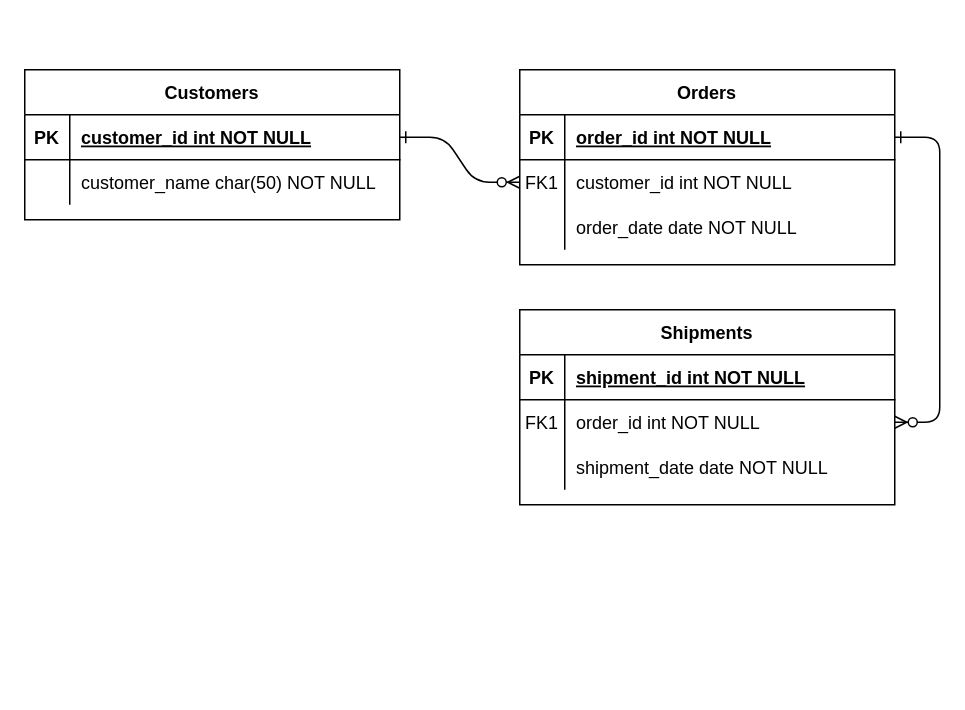
This is Untitled Diagram.drawio from mauricio-maldonado-by/EntregaActividadDeBaseDeDatos, a draw.io file, before an edit. Source tidied: cells renumbered, new cells numbered last; positions are measured from the earlier drawing's top-left corner, leaving out a move shared by most shapes. Both pictures are drawn from the tidied source at 150%, with x=0, y=0 at pixel (24, 69).
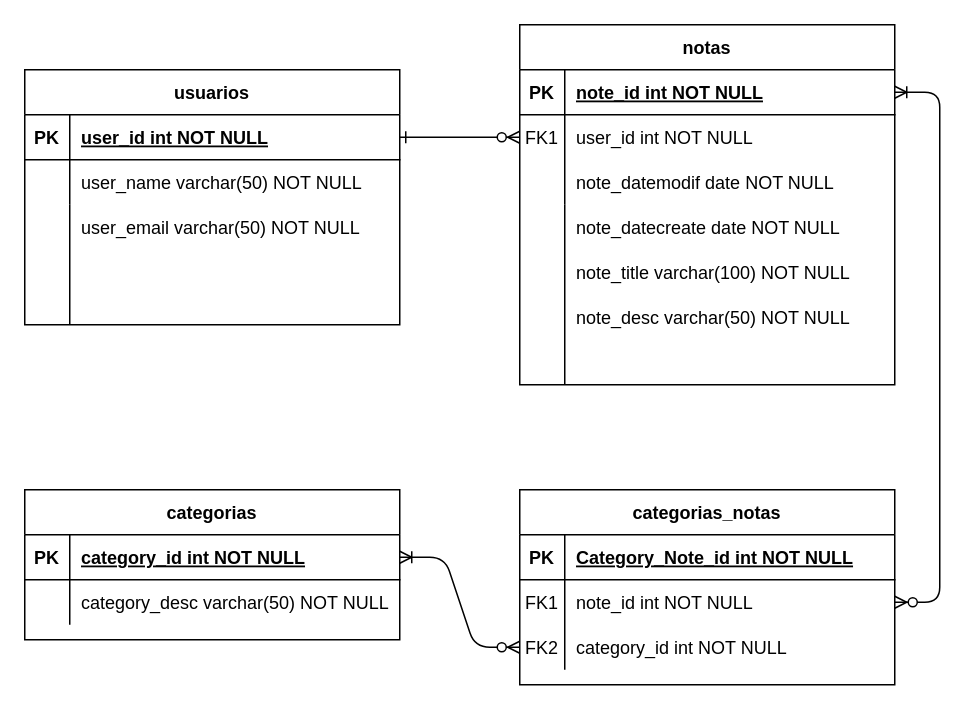
The same diagram, later.

Unchanged cells that the change refers to:
```xml
<mxCell id="5" style="shape=partialRectangle;fillColor=none;points=[[0,0.5],[1,0.5]];portConstraint=eastwest;top=0;left=0;right=0;bottom=1;" parent="4" vertex="1">
  <mxGeometry y="30" width="250" height="30" as="geometry" />
</mxCell>
<mxCell id="8" style="shape=partialRectangle;fillColor=none;points=[[0,0.5],[1,0.5]];portConstraint=eastwest;top=0;left=0;right=0;bottom=0;" parent="4" vertex="1">
  <mxGeometry y="60" width="250" height="30" as="geometry" />
</mxCell>
<mxCell id="11" style="shape=partialRectangle;fillColor=none;top=0;left=0;right=0;bottom=0;" parent="4" vertex="1">
  <mxGeometry y="90" width="250" height="30" as="geometry" />
</mxCell>
<mxCell id="15" style="shape=partialRectangle;fillColor=none;top=0;left=0;right=0;bottom=1;" parent="14" vertex="1">
  <mxGeometry y="30" width="250" height="30" as="geometry" />
</mxCell>
<mxCell id="18" style="shape=partialRectangle;fillColor=none;points=[[0,0.5],[1,0.5]];portConstraint=eastwest;top=0;left=0;right=0;bottom=0;" parent="14" vertex="1">
  <mxGeometry y="60" width="250" height="30" as="geometry" />
</mxCell>
<mxCell id="21" style="shape=partialRectangle;fillColor=none;points=[[0,0.5],[1,0.5]];portConstraint=eastwest;top=0;left=0;right=0;bottom=0;" parent="14" vertex="1">
  <mxGeometry y="90" width="250" height="30" as="geometry" />
</mxCell>
<mxCell id="25" style="shape=partialRectangle;fillColor=none;points=[[0,0.5],[1,0.5]];portConstraint=eastwest;top=0;left=0;right=0;bottom=1;" parent="24" vertex="1">
  <mxGeometry y="30" width="250" height="30" as="geometry" />
</mxCell>
<mxCell id="28" style="shape=partialRectangle;fillColor=none;top=0;left=0;right=0;bottom=0;" parent="24" vertex="1">
  <mxGeometry y="60" width="250" height="30" as="geometry" />
</mxCell>
```

What changed in the source:
```diff
@@
-    <mxCell id="3" style="edgeStyle=entityRelationEdgeStyle;endArrow=ERzeroToMany;startArrow=ERone;endFill=1;startFill=0;" parent="1" edge="1" source="5" target="18">
+    <mxCell id="3" style="edgeStyle=entityRelationEdgeStyle;endArrow=ERzeroToMany;startArrow=ERoneToMany;endFill=1;startFill=0;" parent="1" edge="1" source="5" target="18">
       <mxGeometry relative="1" as="geometry" />
     </mxCell>
-    <mxCell id="4" value="Orders" style="shape=table;startSize=30;childLayout=tableLayout;rowLines=0;fontStyle=1;align=center;" parent="1" vertex="1">
-      <mxGeometry x="330" width="250" height="130" as="geometry" />
+    <mxCell id="4" value="notas" style="shape=table;startSize=30;childLayout=tableLayout;rowLines=0;fontStyle=1;align=center;" parent="1" vertex="1">
+      <mxGeometry x="330" y="-30" width="250" height="240" as="geometry" />
     </mxCell>
@@
-    <mxCell id="7" value="order_id int NOT NULL " style="shape=partialRectangle;overflow=hidden;fillColor=none;top=0;left=0;bottom=0;right=0;align=left;spacingLeft=6;fontStyle=5;" parent="5" vertex="1">
+    <mxCell id="7" value="note_id int NOT NULL " style="shape=partialRectangle;overflow=hidden;fillColor=none;top=0;left=0;bottom=0;right=0;align=left;spacingLeft=6;fontStyle=5;" parent="5" vertex="1">
       <mxGeometry x="30" width="220" height="30" as="geometry" />
     </mxCell>
@@
-    <mxCell id="10" value="customer_id int NOT NULL" style="shape=partialRectangle;overflow=hidden;fillColor=none;top=0;left=0;bottom=0;right=0;align=left;spacingLeft=6;" parent="8" vertex="1">
+    <mxCell id="10" value="user_id int NOT NULL" style="shape=partialRectangle;overflow=hidden;fillColor=none;top=0;left=0;bottom=0;right=0;align=left;spacingLeft=6;" parent="8" vertex="1">
       <mxGeometry x="30" width="220" height="30" as="geometry" />
     </mxCell>
@@
-    <mxCell id="13" value="order_date date NOT NULL" style="shape=partialRectangle;overflow=hidden;fillColor=none;top=0;left=0;bottom=0;right=0;align=left;spacingLeft=6;" parent="11" vertex="1">
+    <mxCell id="13" value="note_datemodif date NOT NULL" style="shape=partialRectangle;overflow=hidden;fillColor=none;top=0;left=0;bottom=0;right=0;align=left;spacingLeft=6;" parent="11" vertex="1">
       <mxGeometry x="30" width="220" height="30" as="geometry" />
     </mxCell>
-    <mxCell id="14" value="Shipments" style="shape=table;startSize=30;childLayout=tableLayout;rowLines=0;fontStyle=1;align=center;" parent="1" vertex="1">
-      <mxGeometry x="330" y="160" width="250" height="130" as="geometry" />
+    <mxCell id="14" value="categorias_notas" style="shape=table;startSize=30;childLayout=tableLayout;rowLines=0;fontStyle=1;align=center;" parent="1" vertex="1">
+      <mxGeometry x="330" y="280" width="250" height="130" as="geometry" />
     </mxCell>
@@
-    <mxCell id="17" value="shipment_id int NOT NULL " style="shape=partialRectangle;overflow=hidden;fillColor=none;top=0;left=0;bottom=0;right=0;align=left;spacingLeft=6;fontStyle=5;" parent="15" vertex="1">
+    <mxCell id="17" value="Category_Note_id int NOT NULL " style="shape=partialRectangle;overflow=hidden;fillColor=none;top=0;left=0;bottom=0;right=0;align=left;spacingLeft=6;fontStyle=5;" parent="15" vertex="1">
       <mxGeometry x="30" width="220" height="30" as="geometry" />
     </mxCell>
@@
-    <mxCell id="20" value="order_id int NOT NULL" style="shape=partialRectangle;overflow=hidden;fillColor=none;top=0;left=0;bottom=0;right=0;align=left;spacingLeft=6;" parent="18" vertex="1">
+    <mxCell id="20" value="note_id int NOT NULL" style="shape=partialRectangle;overflow=hidden;fillColor=none;top=0;left=0;bottom=0;right=0;align=left;spacingLeft=6;" parent="18" vertex="1">
       <mxGeometry x="30" width="220" height="30" as="geometry" />
     </mxCell>
@@
-    <mxCell id="23" value="shipment_date date NOT NULL" style="shape=partialRectangle;overflow=hidden;fillColor=none;top=0;left=0;bottom=0;right=0;align=left;spacingLeft=6;" parent="21" vertex="1">
+    <mxCell id="23" value="category_id int NOT NULL" style="shape=partialRectangle;overflow=hidden;fillColor=none;top=0;left=0;bottom=0;right=0;align=left;spacingLeft=6;" parent="21" vertex="1">
       <mxGeometry x="30" width="220" height="30" as="geometry" />
     </mxCell>
-    <mxCell id="24" value="Customers" style="shape=table;startSize=30;childLayout=tableLayout;rowLines=0;fontStyle=1;align=center;" parent="1" vertex="1">
-      <mxGeometry width="250" height="100" as="geometry" />
+    <mxCell id="24" value="usuarios" style="shape=table;startSize=30;childLayout=tableLayout;rowLines=0;fontStyle=1;align=center;" parent="1" vertex="1">
+      <mxGeometry width="250" height="170" as="geometry" />
     </mxCell>
@@
-    <mxCell id="27" value="customer_id int NOT NULL " style="shape=partialRectangle;overflow=hidden;fillColor=none;top=0;left=0;bottom=0;right=0;align=left;spacingLeft=6;fontStyle=5;" parent="25" vertex="1">
+    <mxCell id="27" value="user_id int NOT NULL " style="shape=partialRectangle;overflow=hidden;fillColor=none;top=0;left=0;bottom=0;right=0;align=left;spacingLeft=6;fontStyle=5;" parent="25" vertex="1">
       <mxGeometry x="30" width="220" height="30" as="geometry" />
     </mxCell>
@@
-    <mxCell id="30" value="customer_name char(50) NOT NULL" style="shape=partialRectangle;overflow=hidden;fillColor=none;top=0;left=0;bottom=0;right=0;align=left;spacingLeft=6;" parent="28" vertex="1">
+    <mxCell id="30" value="user_name varchar(50) NOT NULL" style="shape=partialRectangle;overflow=hidden;fillColor=none;top=0;left=0;bottom=0;right=0;align=left;spacingLeft=6;" parent="28" vertex="1">
       <mxGeometry x="30" width="220" height="30" as="geometry" />
     </mxCell>
+    <mxCell id="31" style="shape=partialRectangle;fillColor=none;top=0;left=0;right=0;bottom=0;" parent="1" vertex="1">
+      <mxGeometry y="90" width="250" height="30" as="geometry" />
+    </mxCell>
+    <mxCell id="32" style="shape=partialRectangle;overflow=hidden;fillColor=none;top=0;left=0;bottom=0;right=0;" parent="31" vertex="1">
+      <mxGeometry width="30" height="30" as="geometry" />
+    </mxCell>
+    <mxCell id="33" value="user_email varchar(50) NOT NULL" style="shape=partialRectangle;overflow=hidden;fillColor=none;top=0;left=0;bottom=0;right=0;align=left;spacingLeft=6;" parent="31" vertex="1">
+      <mxGeometry x="30" width="220" height="30" as="geometry" />
+    </mxCell>
+    <mxCell id="34" style="endArrow=none;html=1;rounded=0;" parent="1" edge="1">
+      <mxGeometry relative="1" as="geometry">
+        <mxPoint x="30" y="170" as="sourcePoint" />
+        <mxPoint x="30" y="90" as="targetPoint" />
+      </mxGeometry>
+    </mxCell>
+    <mxCell id="35" style="shape=partialRectangle;fillColor=none;top=0;left=0;right=0;bottom=0;" parent="1" vertex="1">
+      <mxGeometry x="330" y="90" width="250" height="30" as="geometry" />
+    </mxCell>
+    <mxCell id="36" style="shape=partialRectangle;overflow=hidden;fillColor=none;top=0;left=0;bottom=0;right=0;" parent="35" vertex="1">
+      <mxGeometry width="30" height="30" as="geometry" />
+    </mxCell>
+    <mxCell id="37" value="note_datecreate date NOT NULL" style="shape=partialRectangle;overflow=hidden;fillColor=none;top=0;left=0;bottom=0;right=0;align=left;spacingLeft=6;" parent="35" vertex="1">
+      <mxGeometry x="30" width="220" height="30" as="geometry" />
+    </mxCell>
+    <mxCell id="38" style="shape=partialRectangle;fillColor=none;top=0;left=0;right=0;bottom=0;" parent="1" vertex="1">
+      <mxGeometry x="330" y="120" width="250" height="30" as="geometry" />
+    </mxCell>
+    <mxCell id="39" style="shape=partialRectangle;overflow=hidden;fillColor=none;top=0;left=0;bottom=0;right=0;" parent="38" vertex="1">
+      <mxGeometry width="30" height="30" as="geometry" />
+    </mxCell>
+    <mxCell id="40" value="note_title varchar(100) NOT NULL" style="shape=partialRectangle;overflow=hidden;fillColor=none;top=0;left=0;bottom=0;right=0;align=left;spacingLeft=6;" parent="38" vertex="1">
+      <mxGeometry x="30" width="220" height="30" as="geometry" />
+    </mxCell>
+    <mxCell id="41" style="endArrow=none;html=1;rounded=0;" parent="1" edge="1">
+      <mxGeometry relative="1" as="geometry">
+        <mxPoint x="360" y="210" as="sourcePoint" />
+        <mxPoint x="360" y="90" as="targetPoint" />
+      </mxGeometry>
+    </mxCell>
+    <mxCell id="42" value="categorias" style="shape=table;startSize=30;childLayout=tableLayout;rowLines=0;fontStyle=1;align=center;" parent="1" vertex="1">
+      <mxGeometry y="280" width="250" height="100" as="geometry" />
+    </mxCell>
+    <mxCell id="43" style="shape=partialRectangle;fillColor=none;points=[[0,0.5],[1,0.5]];portConstraint=eastwest;top=0;left=0;right=0;bottom=1;" parent="42" vertex="1">
+      <mxGeometry y="30" width="250" height="30" as="geometry" />
+    </mxCell>
+    <mxCell id="44" value="PK" style="shape=partialRectangle;overflow=hidden;fillColor=none;top=0;left=0;bottom=0;right=0;fontStyle=1;" parent="43" vertex="1">
+      <mxGeometry width="30" height="30" as="geometry" />
+    </mxCell>
+    <mxCell id="45" value="category_id int NOT NULL " style="shape=partialRectangle;overflow=hidden;fillColor=none;top=0;left=0;bottom=0;right=0;align=left;spacingLeft=6;fontStyle=5;" parent="43" vertex="1">
+      <mxGeometry x="30" width="220" height="30" as="geometry" />
+    </mxCell>
+    <mxCell id="46" style="shape=partialRectangle;fillColor=none;top=0;left=0;right=0;bottom=0;" parent="42" vertex="1">
+      <mxGeometry y="60" width="250" height="30" as="geometry" />
+    </mxCell>
+    <mxCell id="47" style="shape=partialRectangle;overflow=hidden;fillColor=none;top=0;left=0;bottom=0;right=0;" parent="46" vertex="1">
+      <mxGeometry width="30" height="30" as="geometry" />
+    </mxCell>
+    <mxCell id="48" value="category_desc varchar(50) NOT NULL" style="shape=partialRectangle;overflow=hidden;fillColor=none;top=0;left=0;bottom=0;right=0;align=left;spacingLeft=6;" parent="46" vertex="1">
+      <mxGeometry x="30" width="220" height="30" as="geometry" />
+    </mxCell>
+    <mxCell id="49" style="shape=partialRectangle;fillColor=none;top=0;left=0;right=0;bottom=0;" parent="1" vertex="1">
+      <mxGeometry x="330" y="150" width="250" height="30" as="geometry" />
+    </mxCell>
+    <mxCell id="50" style="shape=partialRectangle;overflow=hidden;fillColor=none;top=0;left=0;bottom=0;right=0;" parent="49" vertex="1">
+      <mxGeometry width="30" height="30" as="geometry" />
+    </mxCell>
+    <mxCell id="51" value="note_desc varchar(50) NOT NULL" style="shape=partialRectangle;overflow=hidden;fillColor=none;top=0;left=0;bottom=0;right=0;align=left;spacingLeft=6;" parent="49" vertex="1">
+      <mxGeometry x="30" width="220" height="30" as="geometry" />
+    </mxCell>
+    <mxCell id="52" style="edgeStyle=entityRelationEdgeStyle;endArrow=ERzeroToMany;startArrow=ERoneToMany;endFill=1;startFill=0;exitX=1;exitY=0.5;exitDx=0;exitDy=0;entryX=0;entryY=0.5;entryDx=0;entryDy=0;" parent="1" edge="1" source="43" target="21">
+      <mxGeometry relative="1" as="geometry" />
+    </mxCell>
+    <mxCell id="53" value="FK2" style="shape=partialRectangle;overflow=hidden;fillColor=none;top=0;left=0;bottom=0;right=0;" parent="1" vertex="1">
+      <mxGeometry x="330" y="370" width="30" height="30" as="geometry" />
+    </mxCell>
```
